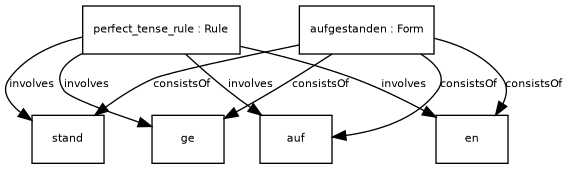
The Graphviz diagram examples/example_9.png in ontolex/morph, before a commit. Its source is kept beside it as examples/example_9.dot.
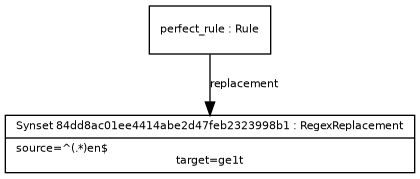
After the change.

Diff of the diagram source:
```diff
@@ -13,18 +13,7 @@
       fontsize = 8
     ]
 
-auf [ label="{auf}" ]
-perfect_tense_rule -> auf [ label="involves" ]
-ge [ label="{ge}" ]
-perfect_tense_rule -> ge [ label="involves" ]
-stand [ label="{stand}" ]
-perfect_tense_rule -> stand [ label="involves" ]
-en [ label="{en}" ]
-perfect_tense_rule -> en [ label="involves" ]
-perfect_tense_rule [ label="{perfect_tense_rule : Rule}" ]
-aufgestanden -> auf [ label="consistsOf" ]
-aufgestanden -> ge [ label="consistsOf" ]
-aufgestanden -> stand [ label="consistsOf" ]
-aufgestanden -> en [ label="consistsOf" ]
-aufgestanden [ label="{aufgestanden : Form}" ]
+Synset84dd8ac01ee4414abe2d47feb2323998b1 [ label="{Synset 84dd8ac01ee4414abe2d47feb2323998b1 : RegexReplacement|source=^(.*)en$\ltarget=ge\1t}" ]
+perfect_rule -> Synset84dd8ac01ee4414abe2d47feb2323998b1 [ label="replacement" ]
+perfect_rule [ label="{perfect_rule : Rule}" ]
 }
```
